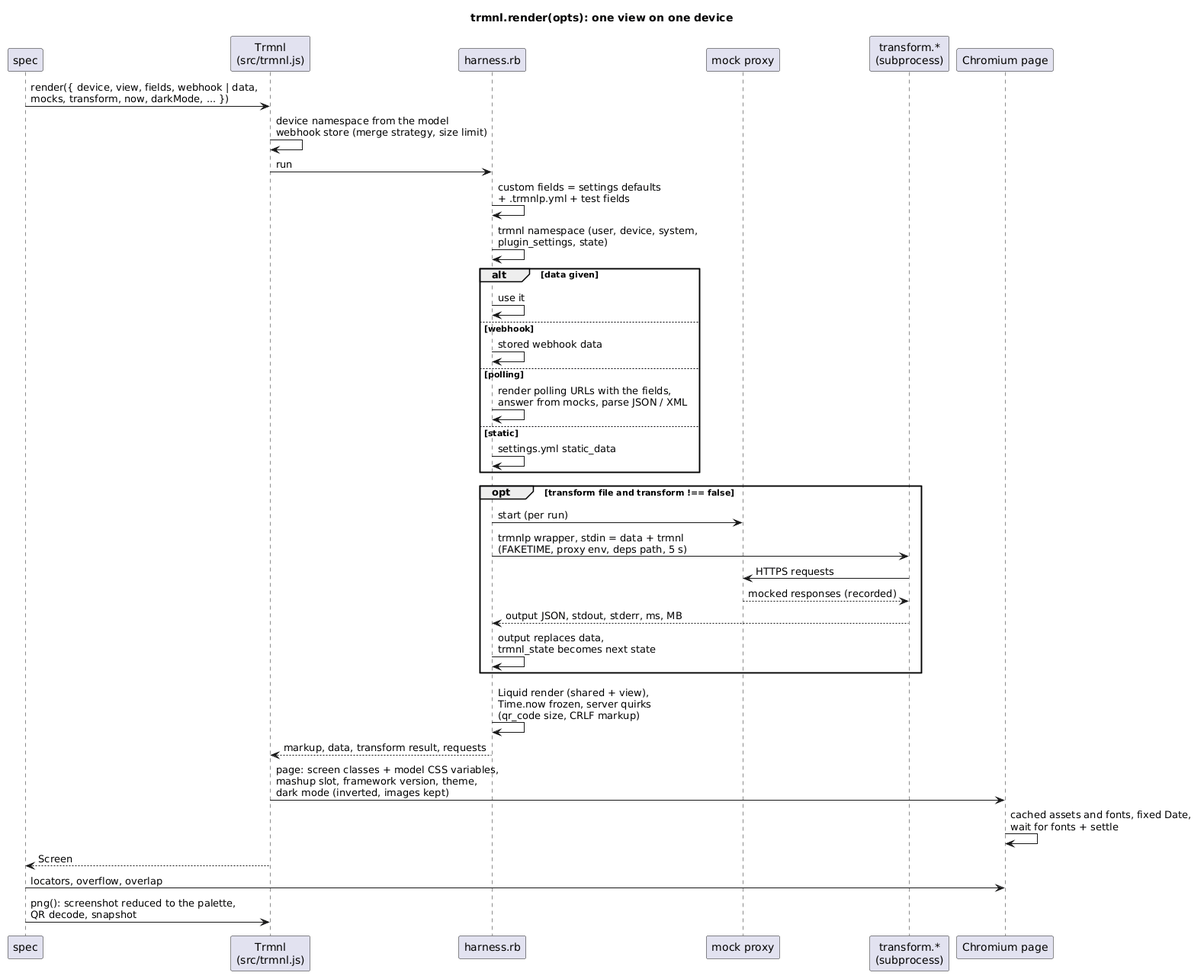
This is docs/render.png from ExcuseMi/trmnlp-test, a PlantUML export, as it was before one commit.
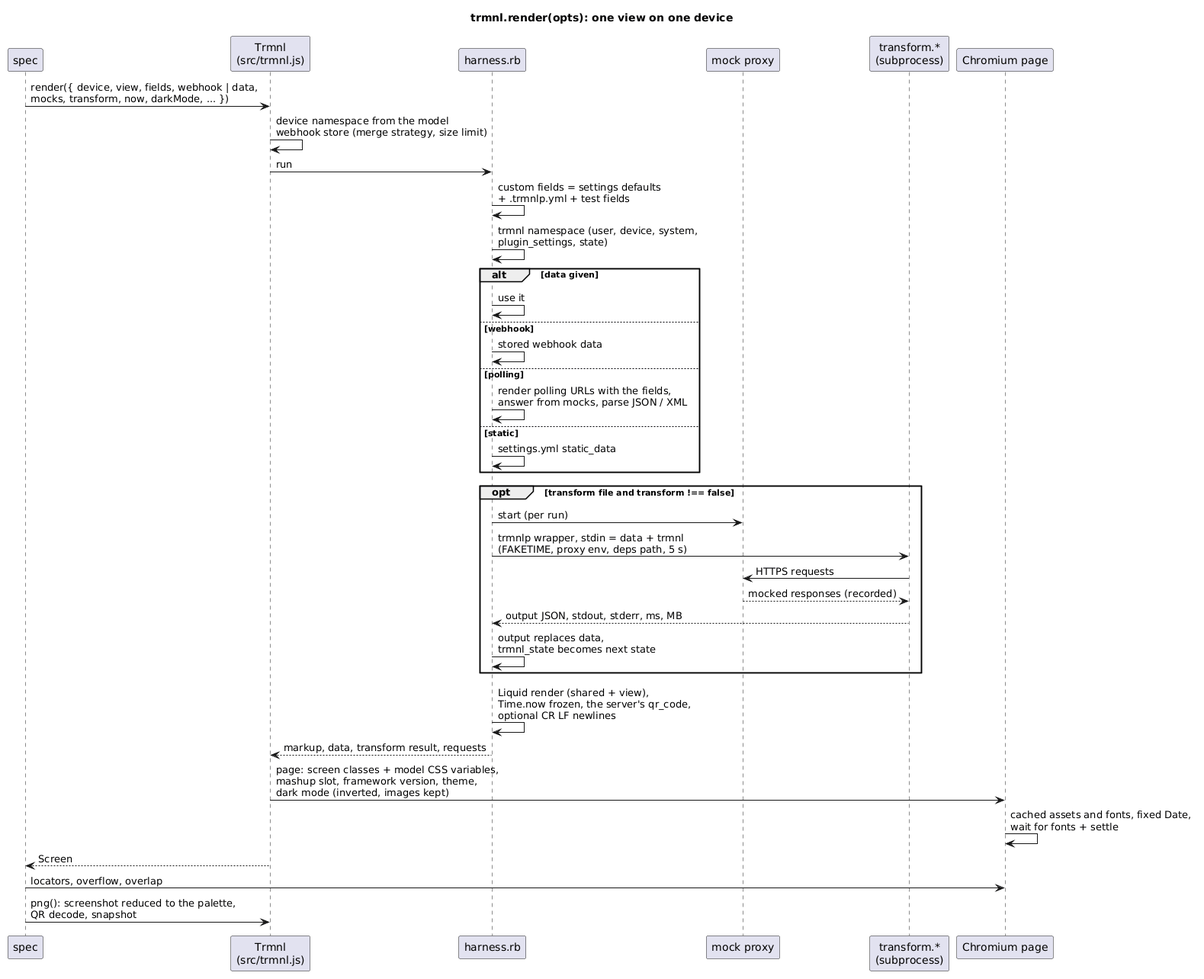
After the change.

The edit, as a diff of the source:
```diff
@@ -32,7 +32,7 @@
   tx --> h : output JSON, stdout, stderr, ms, MB
   h -> h : output replaces data,\ntrmnl_state becomes next state
 end
-h -> h : Liquid render (shared + view),\nTime.now frozen, server quirks\n(qr_code size, CRLF markup)
+h -> h : Liquid render (shared + view),\nTime.now frozen, the server's qr_code,\noptional CR LF newlines
 h --> t : markup, data, transform result, requests
 t -> c : page: screen classes + model CSS variables,\nmashup slot, framework version, theme,\ndark mode (inverted, images kept)
 c -> c : cached assets and fonts, fixed Date,\nwait for fonts + settle
```
